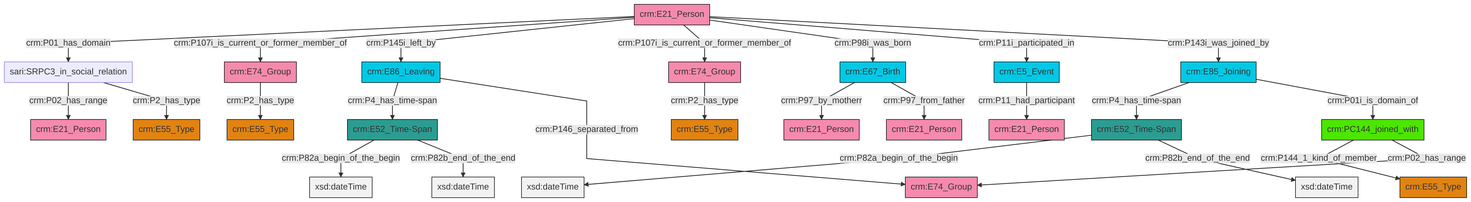
This is et/personCSV/ttl/mmd/png/Person_Actor_Relations.png from swiss-art-research-net/reference-data-models, a Mermaid export, as it was before one commit. Its source is kept beside it as et/personCSV/ttl/mmd/Person_Actor_Relations.ttl.mmd.
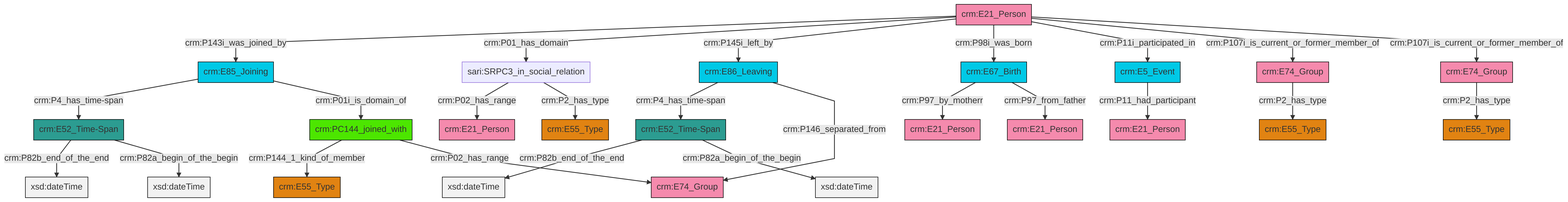
Above is the later version.

What changed in the source:
```diff
@@ -13,27 +13,27 @@
 classDef PC_Classes fill:#4ce600, stroke:#000000;
 classDef Multi fill:#cccccc,stroke:#000000;
 
-0["crm:E21_Person"]:::Actor -->|crm:P01_has_domain| 1["sari:SRPC3_in_social_relation"]:::Default
-0["crm:E21_Person"]:::Actor -->|crm:P107i_is_current_or_former_member_of| 10["crm:E74_Group"]:::Actor
-11["crm:E85_Joining"]:::Temporal_Entity -->|crm:P4_has_time-span| 12["crm:E52_Time-Span"]:::Time-Span
-6["crm:E86_Leaving"]:::Temporal_Entity -->|crm:P4_has_time-span| 14["crm:E52_Time-Span"]:::Time-Span
-17["crm:PC144_joined_with"]:::PC_Classes -->|crm:P144_1_kind_of_member| 18["crm:E55_Type"]:::Type
-0["crm:E21_Person"]:::Actor -->|crm:P145i_left_by| 6["crm:E86_Leaving"]:::Temporal_Entity
-6["crm:E86_Leaving"]:::Temporal_Entity -->|crm:P146_separated_from| 20["crm:E74_Group"]:::Actor
-8["crm:E5_Event"]:::Temporal_Entity -->|crm:P11_had_participant| 24["crm:E21_Person"]:::Actor
-1["sari:SRPC3_in_social_relation"]:::Default -->|crm:P02_has_range| 2["crm:E21_Person"]:::Actor
-0["crm:E21_Person"]:::Actor -->|crm:P107i_is_current_or_former_member_of| 4["crm:E74_Group"]:::Actor
-0["crm:E21_Person"]:::Actor -->|crm:P98i_was_born| 27["crm:E67_Birth"]:::Temporal_Entity
-1["sari:SRPC3_in_social_relation"]:::Default -->|crm:P2_has_type| 29["crm:E55_Type"]:::Type
-10["crm:E74_Group"]:::Actor -->|crm:P2_has_type| 22["crm:E55_Type"]:::Type
-11["crm:E85_Joining"]:::Temporal_Entity -->|crm:P01i_is_domain_of| 17["crm:PC144_joined_with"]:::PC_Classes
-14["crm:E52_Time-Span"]:::Time-Span -->|crm:P82a_begin_of_the_begin| 34[xsd:dateTime]:::Literal
-27["crm:E67_Birth"]:::Temporal_Entity -->|crm:P97_by_motherr| 31["crm:E21_Person"]:::Actor
-12["crm:E52_Time-Span"]:::Time-Span -->|crm:P82a_begin_of_the_begin| 36[xsd:dateTime]:::Literal
-12["crm:E52_Time-Span"]:::Time-Span -->|crm:P82b_end_of_the_end| 38[xsd:dateTime]:::Literal
-17["crm:PC144_joined_with"]:::PC_Classes -->|crm:P02_has_range| 20["crm:E74_Group"]:::Actor
-14["crm:E52_Time-Span"]:::Time-Span -->|crm:P82b_end_of_the_end| 43[xsd:dateTime]:::Literal
-4["crm:E74_Group"]:::Actor -->|crm:P2_has_type| 15["crm:E55_Type"]:::Type
-0["crm:E21_Person"]:::Actor -->|crm:P11i_participated_in| 8["crm:E5_Event"]:::Temporal_Entity
-27["crm:E67_Birth"]:::Temporal_Entity -->|crm:P97_from_father| 39["crm:E21_Person"]:::Actor
-0["crm:E21_Person"]:::Actor -->|crm:P143i_was_joined_by| 11["crm:E85_Joining"]:::Temporal_Entity
+0["crm:E21_Person"]:::Actor -->|crm:P143i_was_joined_by| 1["crm:E85_Joining"]:::Temporal_Entity
+4["sari:SRPC3_in_social_relation"]:::Default -->|crm:P02_has_range| 5["crm:E21_Person"]:::Actor
+9["crm:PC144_joined_with"]:::PC_Classes -->|crm:P144_1_kind_of_member| 10["crm:E55_Type"]:::Type
+0["crm:E21_Person"]:::Actor -->|crm:P01_has_domain| 4["sari:SRPC3_in_social_relation"]:::Default
+0["crm:E21_Person"]:::Actor -->|crm:P145i_left_by| 13["crm:E86_Leaving"]:::Temporal_Entity
+13["crm:E86_Leaving"]:::Temporal_Entity -->|crm:P4_has_time-span| 14["crm:E52_Time-Span"]:::Time-Span
+0["crm:E21_Person"]:::Actor -->|crm:P98i_was_born| 15["crm:E67_Birth"]:::Temporal_Entity
+1["crm:E85_Joining"]:::Temporal_Entity -->|crm:P4_has_time-span| 16["crm:E52_Time-Span"]:::Time-Span
+0["crm:E21_Person"]:::Actor -->|crm:P11i_participated_in| 2["crm:E5_Event"]:::Temporal_Entity
+15["crm:E67_Birth"]:::Temporal_Entity -->|crm:P97_by_motherr| 7["crm:E21_Person"]:::Actor
+9["crm:PC144_joined_with"]:::PC_Classes -->|crm:P02_has_range| 17["crm:E74_Group"]:::Actor
+13["crm:E86_Leaving"]:::Temporal_Entity -->|crm:P146_separated_from| 17["crm:E74_Group"]:::Actor
+0["crm:E21_Person"]:::Actor -->|crm:P107i_is_current_or_former_member_of| 21["crm:E74_Group"]:::Actor
+2["crm:E5_Event"]:::Temporal_Entity -->|crm:P11_had_participant| 22["crm:E21_Person"]:::Actor
+14["crm:E52_Time-Span"]:::Time-Span -->|crm:P82b_end_of_the_end| 25[xsd:dateTime]:::Literal
+28["crm:E74_Group"]:::Actor -->|crm:P2_has_type| 18["crm:E55_Type"]:::Type
+15["crm:E67_Birth"]:::Temporal_Entity -->|crm:P97_from_father| 26["crm:E21_Person"]:::Actor
+14["crm:E52_Time-Span"]:::Time-Span -->|crm:P82a_begin_of_the_begin| 29[xsd:dateTime]:::Literal
+1["crm:E85_Joining"]:::Temporal_Entity -->|crm:P01i_is_domain_of| 9["crm:PC144_joined_with"]:::PC_Classes
+16["crm:E52_Time-Span"]:::Time-Span -->|crm:P82b_end_of_the_end| 35[xsd:dateTime]:::Literal
+4["sari:SRPC3_in_social_relation"]:::Default -->|crm:P2_has_type| 36["crm:E55_Type"]:::Type
+21["crm:E74_Group"]:::Actor -->|crm:P2_has_type| 31["crm:E55_Type"]:::Type
+16["crm:E52_Time-Span"]:::Time-Span -->|crm:P82a_begin_of_the_begin| 44[xsd:dateTime]:::Literal
+0["crm:E21_Person"]:::Actor -->|crm:P107i_is_current_or_former_member_of| 28["crm:E74_Group"]:::Actor
```
